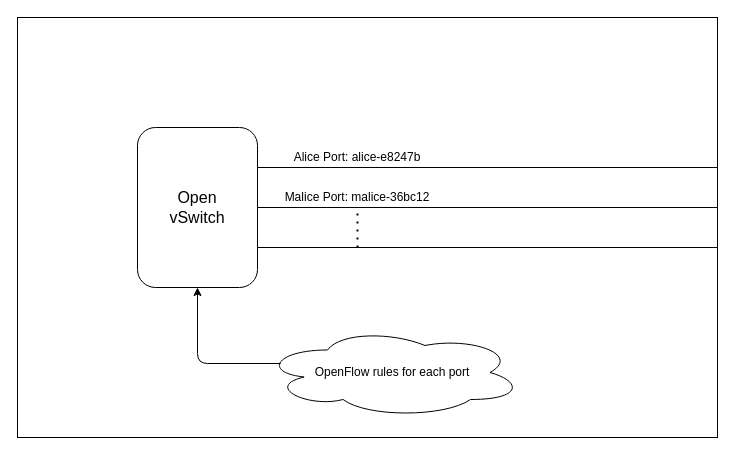
This is page "Open vSwitch" (2 of 3) of demos/demo1/demo1.drawio from parasecurity/principals, a draw.io file, before an edit. Source tidied: cells renumbered, new cells numbered last; positions are measured from the earlier drawing's top-left corner, leaving out a move shared by most shapes. Both pictures are drawn from the tidied source at 100%, with x=0, y=0 at pixel (17, 17).
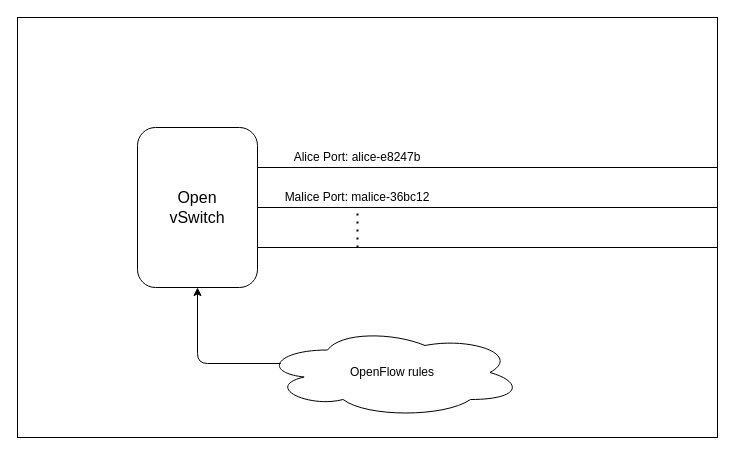
The same diagram, later.

The edit, as a diff of the source:
```diff
@@
 <mxGraphModel>
   <root>
     <mxCell id="0" />
     <mxCell id="1" parent="0" />
     <mxCell id="2" style="rounded=0;whiteSpace=wrap;html=1;" parent="1" vertex="1">
       <mxGeometry width="700" height="420" as="geometry" />
     </mxCell>
     <mxCell id="3" value="&lt;font style=&quot;font-size: 16px&quot;&gt;Open&lt;br&gt;vSwitch&lt;br&gt;&lt;/font&gt;" style="rounded=1;whiteSpace=wrap;html=1;" parent="1" vertex="1">
       <mxGeometry x="120" y="110" width="120" height="160" as="geometry" />
     </mxCell>
     <mxCell id="4" style="endArrow=none;html=1;entryX=1;entryY=0.25;entryDx=0;entryDy=0;" parent="1" edge="1" target="3">
       <mxGeometry relative="1" as="geometry">
         <mxPoint x="700" y="150" as="sourcePoint" />
       </mxGeometry>
     </mxCell>
     <mxCell id="5" style="endArrow=none;html=1;entryX=1;entryY=0.5;entryDx=0;entryDy=0;" parent="1" edge="1" target="3">
       <mxGeometry relative="1" as="geometry">
         <mxPoint x="700" y="190" as="sourcePoint" />
       </mxGeometry>
     </mxCell>
     <mxCell id="6" value="Malice Port:&amp;nbsp;malice-36bc12" style="text;html=1;strokeColor=none;fillColor=none;align=center;verticalAlign=middle;whiteSpace=wrap;rounded=0;" parent="1" vertex="1">
       <mxGeometry x="260" y="170" width="160" height="20" as="geometry" />
     </mxCell>
     <mxCell id="7" style="endArrow=none;html=1;entryX=1;entryY=0.75;entryDx=0;entryDy=0;" parent="1" edge="1" target="3">
       <mxGeometry relative="1" as="geometry">
         <mxPoint x="700" y="230" as="sourcePoint" />
       </mxGeometry>
     </mxCell>
     <mxCell id="8" style="endArrow=none;dashed=1;html=1;dashPattern=1 3;strokeWidth=2;entryX=0.5;entryY=1;entryDx=0;entryDy=0;" parent="1" edge="1" target="6">
       <mxGeometry relative="1" as="geometry">
         <mxPoint x="340" y="230" as="sourcePoint" />
       </mxGeometry>
     </mxCell>
-    <mxCell id="9" value="OpenFlow rules for each port" style="ellipse;shape=cloud;whiteSpace=wrap;html=1;" parent="1" vertex="1">
+    <mxCell id="9" value="OpenFlow rules" style="ellipse;shape=cloud;whiteSpace=wrap;html=1;" parent="1" vertex="1">
       <mxGeometry x="245" y="310" width="260" height="90" as="geometry" />
     </mxCell>
     <mxCell id="10" style="endArrow=classic;html=1;entryX=0.5;entryY=1;entryDx=0;entryDy=0;exitX=0.07;exitY=0.4;exitDx=0;exitDy=0;exitPerimeter=0;" parent="1" edge="1" source="9" target="3">
       <mxGeometry relative="1" as="geometry">
         <Array as="points">
           <mxPoint x="180" y="346" />
         </Array>
       </mxGeometry>
     </mxCell>
     <mxCell id="11" value="Alice Port: alice-e8247b" style="text;html=1;strokeColor=none;fillColor=none;align=center;verticalAlign=middle;whiteSpace=wrap;rounded=0;" parent="1" vertex="1">
       <mxGeometry x="260" y="130" width="160" height="20" as="geometry" />
     </mxCell>
   </root>
 </mxGraphModel>
```
